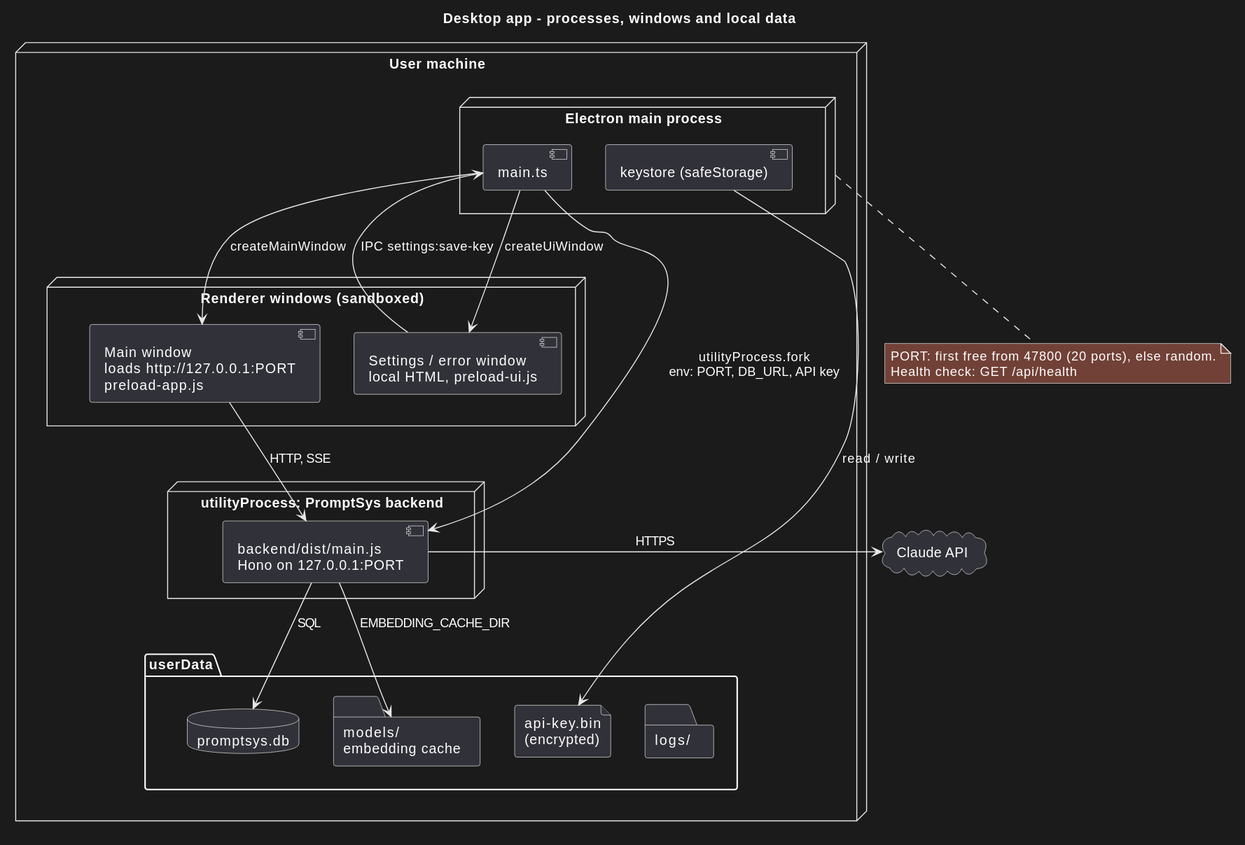
The PlantUML diagram docs/diagrams/desktop-deployment.svg in enessosa/PromptSys, before a commit.
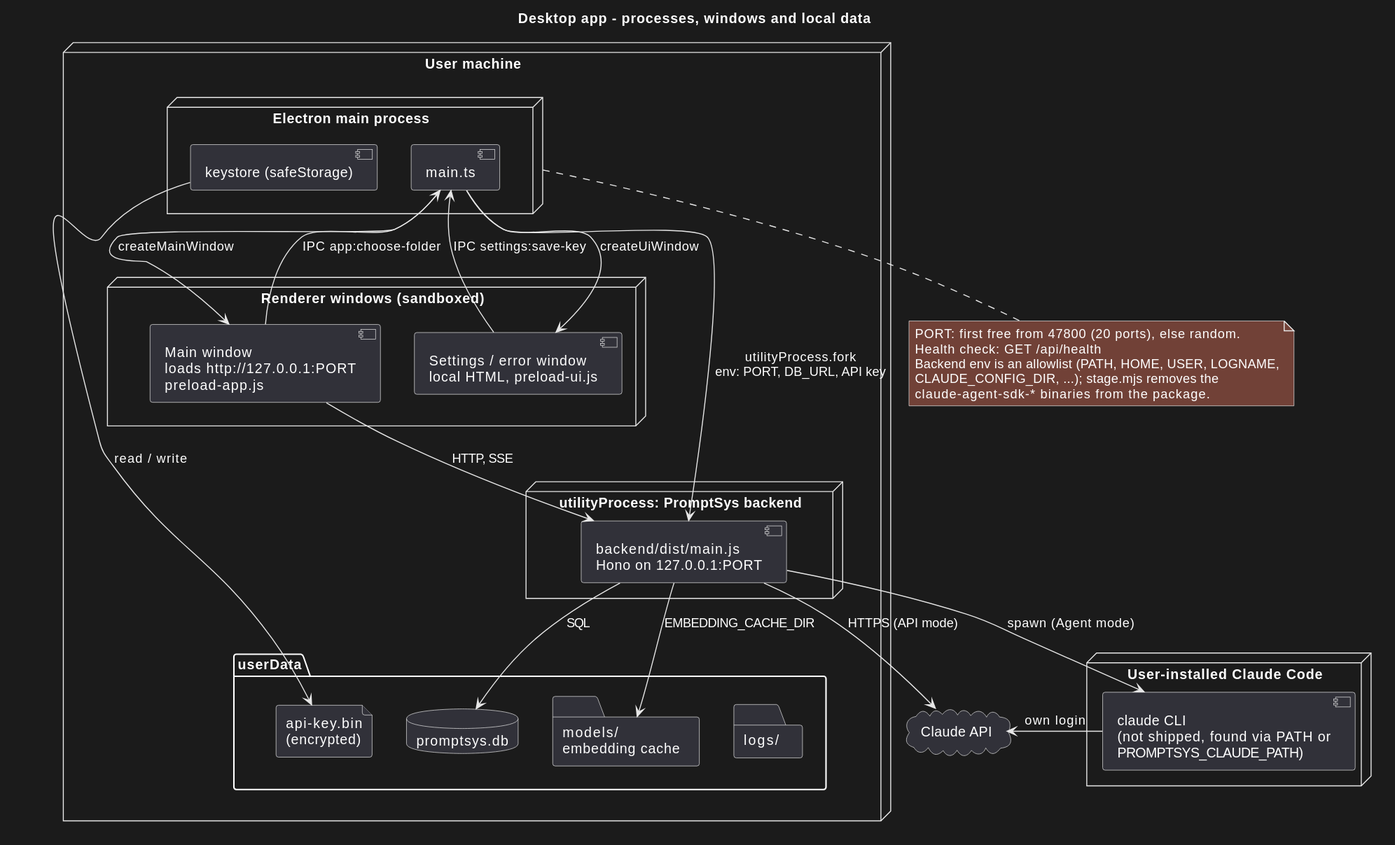
After the change.

The edit, as a diff of the source:
```diff
@@ -20,21 +20,30 @@
     folder "logs/" as logs
   }
 }
+node "User-installed Claude Code" as cc {
+  component "claude CLI\n(not shipped, found via PATH or\nPROMPTSYS_CLAUDE_PATH)" as cli
+}
 cloud "Claude API" as claude
 
 mainTs -right-> hono : utilityProcess.fork\nenv: PORT, DB_URL, API key
 mainTs -down-> win : createMainWindow
 mainTs -down-> ui : createUiWindow
 ui -right-> mainTs : IPC settings:save-key
+win -up-> mainTs : IPC app:choose-folder
 ks -down-> key : read / write
 rend -[hidden]down-> ud
 win -down-> hono : HTTP, SSE
 hono -down-> db : SQL
 hono -down-> models : EMBEDDING_CACHE_DIR
-hono -right-> claude : HTTPS
+hono -right-> claude : HTTPS (API mode)
+hono -down-> cli : spawn (Agent mode)
+cli -right-> claude : own login
 
 note bottom of main
   PORT: first free from 47800 (20 ports), else random.
   Health check: GET /api/health
+  Backend env is an allowlist (PATH, HOME, USER, LOGNAME,
+  CLAUDE_CONFIG_DIR, ...); stage.mjs removes the
+  claude-agent-sdk-* binaries from the package.
 end note
 @enduml
```
